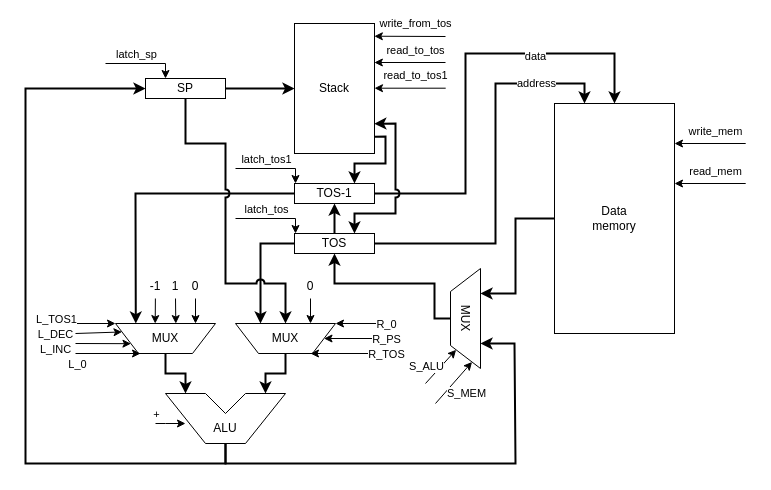
The draw.io diagram schemes/data-path.drawio in DiedCloud/csa-lab-3, before the edit. Source tidied: cells renumbered, new cells numbered last; positions are measured from the earlier drawing's top-left corner, leaving out a move shared by most shapes. Both pictures are drawn from the tidied source at 100%, with x=0, y=0 at pixel (25, 23).
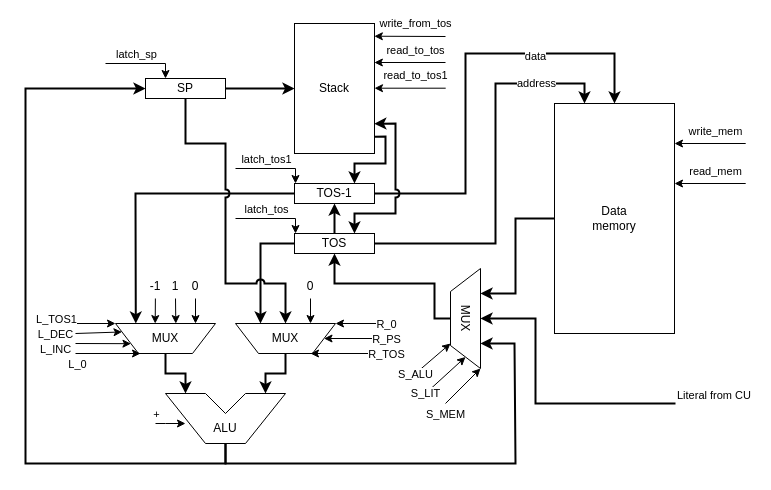
Above is the later version.

Commit message (it also covers changes not shown here):
control unit scheme

Unchanged cells that the change refers to:
```xml
<mxCell id="2" value="MUX" style="verticalLabelPosition=middle;verticalAlign=middle;html=1;shape=trapezoid;perimeter=trapezoidPerimeter;whiteSpace=wrap;size=0.23;arcSize=10;flipV=1;labelPosition=center;align=center;rotation=90;" parent="1" vertex="1">
  <mxGeometry x="390" y="280" width="100" height="30" as="geometry" />
</mxCell>
```

What changed in the source:
```diff
@@
-    <mxCell id="56" style="endArrow=classic;html=1;rounded=0;strokeWidth=1;entryX=1;entryY=1;entryDx=0;entryDy=0;" parent="1" edge="1" target="2">
+    <mxCell id="56" style="endArrow=classic;html=1;rounded=0;strokeWidth=1;entryX=0.75;entryY=1;entryDx=0;entryDy=0;" parent="1" edge="1" target="2">
       <mxGeometry relative="1" as="geometry">
-        <mxPoint x="400" y="360" as="sourcePoint" />
+        <mxPoint x="390" y="350" as="sourcePoint" />
       </mxGeometry>
     </mxCell>
     <mxCell id="57" value="S_ALU" style="edgeLabel;html=1;align=center;verticalAlign=middle;" parent="56" vertex="1">
       <mxGeometry relative="1" as="geometry">
-        <mxPoint x="-15" as="offset" />
+        <mxPoint x="-18" y="15" as="offset" />
       </mxGeometry>
     </mxCell>
-    <mxCell id="58" style="endArrow=classic;html=1;rounded=0;strokeWidth=1;entryX=1;entryY=0.25;entryDx=0;entryDy=0;" parent="1" edge="1" target="2">
+    <mxCell id="58" style="endArrow=classic;html=1;rounded=0;strokeWidth=1;entryX=1;entryY=0.5;entryDx=0;entryDy=0;" parent="1" edge="1" target="2">
       <mxGeometry relative="1" as="geometry">
-        <mxPoint x="410" y="380" as="sourcePoint" />
+        <mxPoint x="400" y="370" as="sourcePoint" />
       </mxGeometry>
     </mxCell>
-    <mxCell id="59" value="S_MEM" style="edgeLabel;html=1;align=center;verticalAlign=middle;" parent="58" vertex="1">
+    <mxCell id="59" value="S_LIT" style="edgeLabel;html=1;align=center;verticalAlign=middle;" parent="58" vertex="1">
       <mxGeometry relative="1" as="geometry">
-        <mxPoint x="12" y="11" as="offset" />
+        <mxPoint x="-20" y="18" as="offset" />
       </mxGeometry>
     </mxCell>
@@
+    <mxCell id="79" style="endArrow=classic;html=1;rounded=0;strokeWidth=2;entryX=0.5;entryY=0;entryDx=0;entryDy=0;" parent="1" edge="1" target="2">
+      <mxGeometry relative="1" as="geometry">
+        <mxPoint x="650" y="380" as="sourcePoint" />
+        <Array as="points">
+          <mxPoint x="510" y="380" />
+          <mxPoint x="510" y="295" />
+        </Array>
+      </mxGeometry>
+    </mxCell>
+    <mxCell id="80" value="Literal from CU" style="edgeLabel;html=1;align=left;verticalAlign=bottom;" parent="79" vertex="1">
+      <mxGeometry x="-1" relative="1" as="geometry" />
+    </mxCell>
+    <mxCell id="81" style="endArrow=classic;html=1;rounded=0;strokeWidth=1;entryX=1;entryY=0;entryDx=0;entryDy=0;" parent="1" edge="1" target="2">
+      <mxGeometry relative="1" as="geometry">
+        <mxPoint x="420" y="380" as="sourcePoint" />
+      </mxGeometry>
+    </mxCell>
+    <mxCell id="82" value="S_MEM" style="edgeLabel;html=1;align=center;verticalAlign=middle;" parent="81" vertex="1">
+      <mxGeometry relative="1" as="geometry">
+        <mxPoint x="-18" y="28" as="offset" />
+      </mxGeometry>
+    </mxCell>
```
